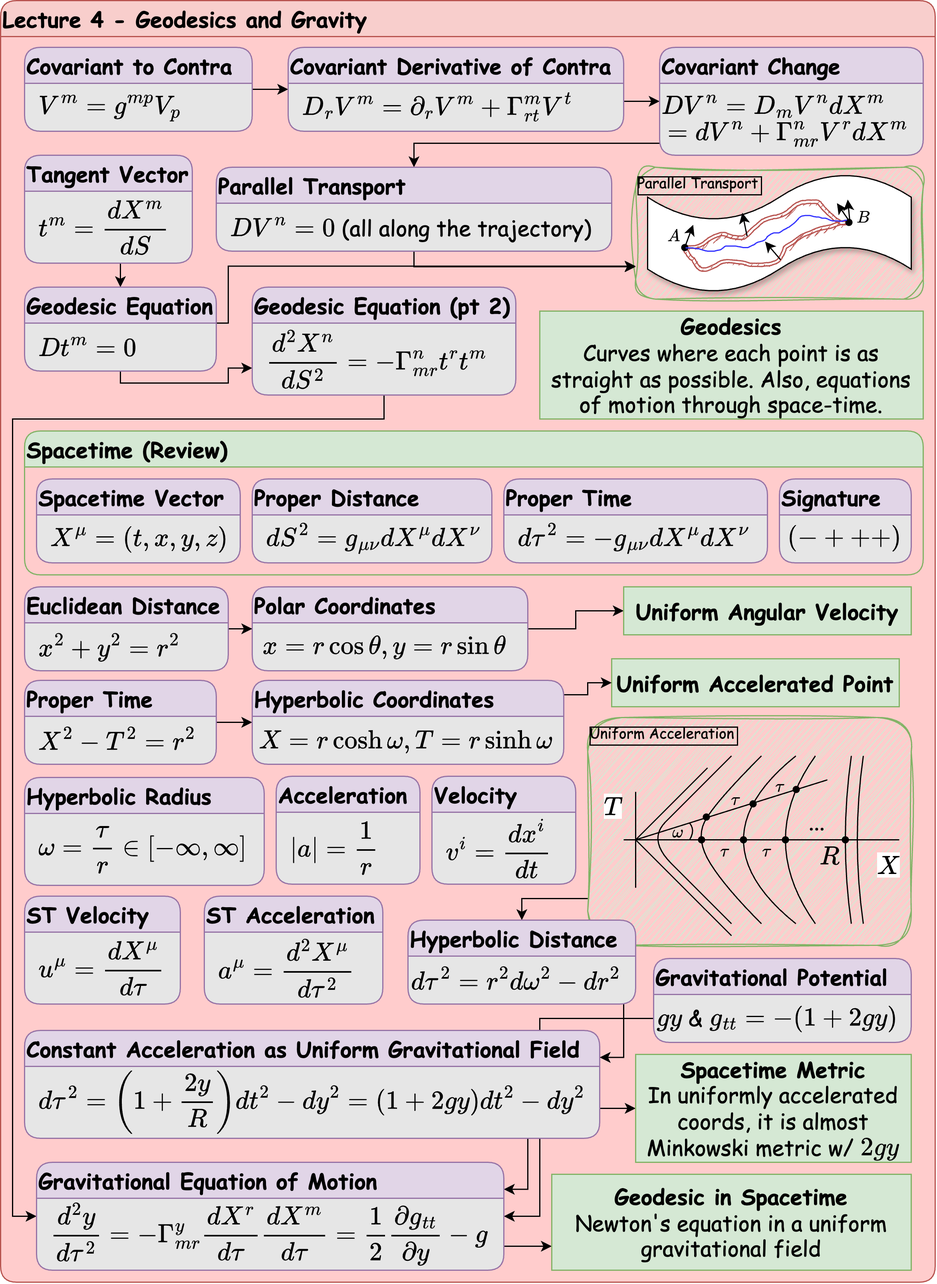
Before: assets/drawio/B4L4.drawio.png, a diagram exported from draw.io (jakee417/jakee417.github.io). Source tidied: cells renumbered, new cells last; positions are measured from the earlier drawing's top-left corner, leaving out a move shared by most shapes.
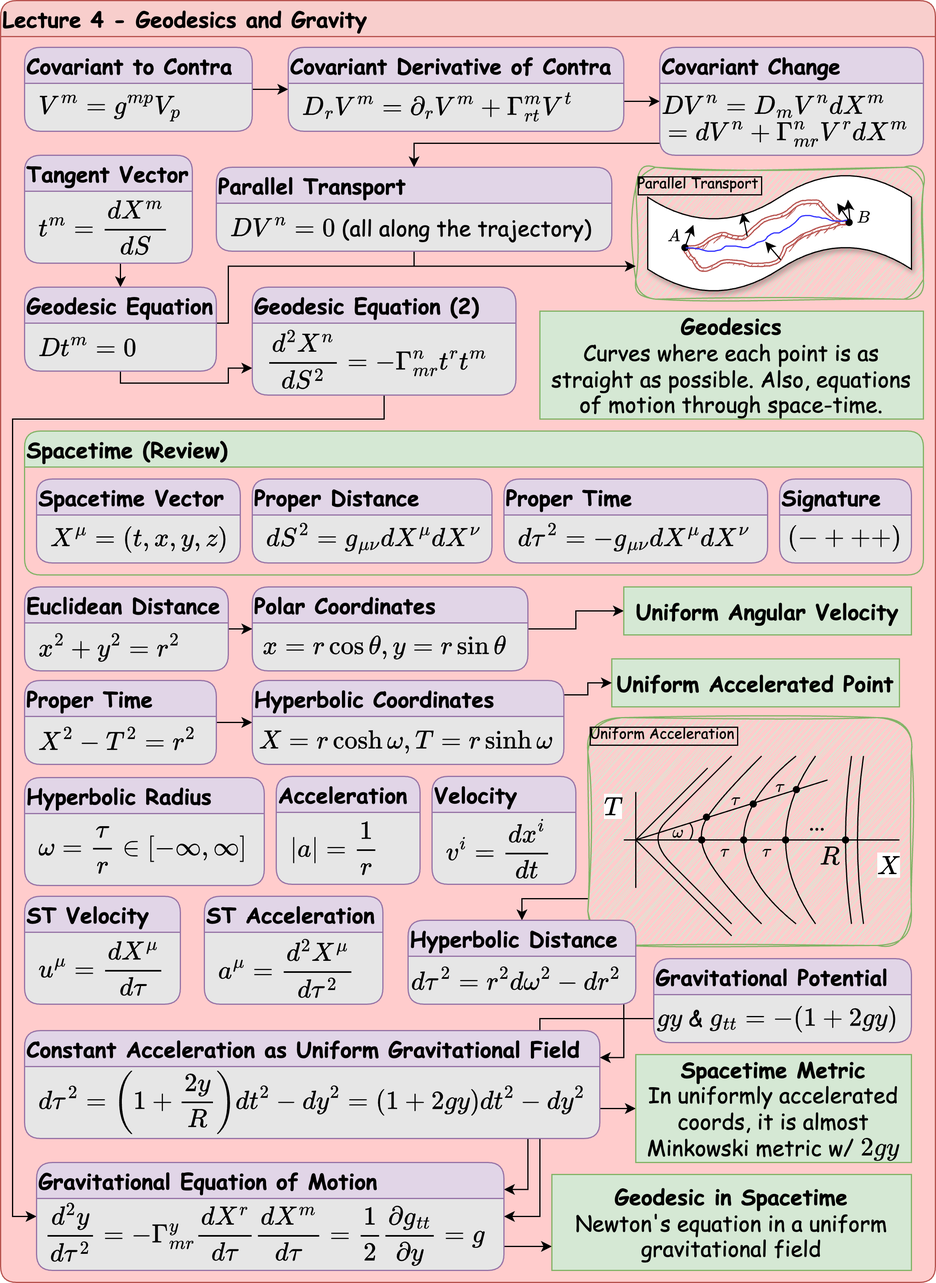
Above is the later version.

Diff of the diagram source:
```diff
@@ -29,7 +29,7 @@
     <mxCell id="7" value="Parallel Transport" style="group;fillColor=#D5E8D4;strokeColor=#82b366;fontFamily=Comic Sans MS;labelBorderColor=default;sketch=1;curveFitting=1;jiggle=2;rounded=1;fontSize=12;align=left;" parent="1" vertex="1">
       <mxGeometry x="530" y="139" width="240" height="110" as="geometry" />
     </mxCell>
-    <mxCell id="8" style="edgeStyle=orthogonalEdgeStyle;curved=1;rounded=0;jettySize=auto;html=1;entryX=1;entryY=0.25;entryDx=0;entryDy=0;exitX=0;exitY=0;exitDx=0;exitDy=0;" parent="1" edge="1" source="x">
+    <mxCell id="8" style="edgeStyle=orthogonalEdgeStyle;curved=1;rounded=0;orthogonalLoop=1;jettySize=auto;html=1;entryX=1;entryY=0.25;entryDx=0;entryDy=0;exitX=0;exitY=0;exitDx=0;exitDy=0;" parent="1" edge="1">
       <mxGeometry relative="1" as="geometry">
         <mxPoint x="267" y="456" as="targetPoint" />
         <Array as="points">
@@ -186,7 +186,7 @@
         </Array>
       </mxGeometry>
     </mxCell>
-    <mxCell id="41" value="Geodesic Equation (pt 2)" style="swimlane;fontFamily=Comic Sans MS;fontSize=18;align=left;fillColor=#e1d5e7;strokeColor=#9673a6;fillStyle=auto;rounded=1;startSize=30;swimlaneFillColor=#E6E6E6;enumerate=0;comic=0;fixedWidth=1;movableLabel=0;backgroundOutline=0;" parent="1" vertex="1">
+    <mxCell id="41" value="Geodesic Equation (2)" style="swimlane;fontFamily=Comic Sans MS;fontSize=18;align=left;fillColor=#e1d5e7;strokeColor=#9673a6;fillStyle=auto;rounded=1;startSize=30;swimlaneFillColor=#E6E6E6;enumerate=0;comic=0;fixedWidth=1;movableLabel=0;backgroundOutline=0;" parent="1" vertex="1">
       <mxGeometry x="210" y="239" width="220" height="90" as="geometry" />
     </mxCell>
     <mxCell id="42" value="`\frac{d^2 X^n}{dS^2} = -\Gamma_{m r}^n t^r t^m`" style="text;html=1;align=left;verticalAlign=middle;strokeColor=none;fillColor=none;fontSize=18;fontFamily=Comic Sans MS;overflow=visible;autosizeGrid=1;backgroundOutline=0;" parent="41" vertex="1">
@@ -496,8 +496,8 @@
     <mxCell id="112" value="Gravitational Equation of Motion" style="swimlane;fontFamily=Comic Sans MS;fontSize=18;align=left;fillColor=#e1d5e7;strokeColor=#9673a6;fillStyle=auto;rounded=1;startSize=30;swimlaneFillColor=#E6E6E6;enumerate=0;comic=0;fixedWidth=1;movableLabel=0;backgroundOutline=0;" parent="1" vertex="1">
       <mxGeometry x="30" y="969" width="390" height="90" as="geometry" />
     </mxCell>
-    <mxCell id="113" value="`\frac{d^2y}{d\tau^2} = -\Gamma_{m r}^y \frac{dX^r}{d\tau} \frac{dX^m}{d\tau} = \frac{1}{2}\frac{\partial g_{t t}}{\partial y} -g`" style="text;html=1;align=left;verticalAlign=middle;strokeColor=none;fillColor=none;fontSize=18;fontFamily=Comic Sans MS;overflow=visible;autosizeGrid=1;backgroundOutline=0;" parent="112" vertex="1">
-      <mxGeometry x="10" y="40" width="380" height="40" as="geometry" />
+    <mxCell id="113" value="`\frac{d^2y}{d\tau^2} = -\Gamma_{m r}^y \frac{dX^r}{d\tau} \frac{dX^m}{d\tau} = \frac{1}{2}\frac{\partial g_{t t}}{\partial y} = g`" style="text;html=1;align=left;verticalAlign=middle;strokeColor=none;fillColor=none;fontSize=18;fontFamily=Comic Sans MS;overflow=visible;autosizeGrid=1;backgroundOutline=0;" parent="112" vertex="1">
+      <mxGeometry x="5" y="40" width="380" height="40" as="geometry" />
     </mxCell>
     <mxCell id="114" value="Gravitational Potential" style="swimlane;fontFamily=Comic Sans MS;fontSize=18;align=left;fillColor=#e1d5e7;strokeColor=#9673a6;fillStyle=auto;rounded=1;startSize=30;swimlaneFillColor=#E6E6E6;enumerate=0;comic=0;fixedWidth=1;movableLabel=0;backgroundOutline=0;shadow=0;" parent="1" vertex="1">
       <mxGeometry x="545" y="799" width="215" height="70" as="geometry" />
```
